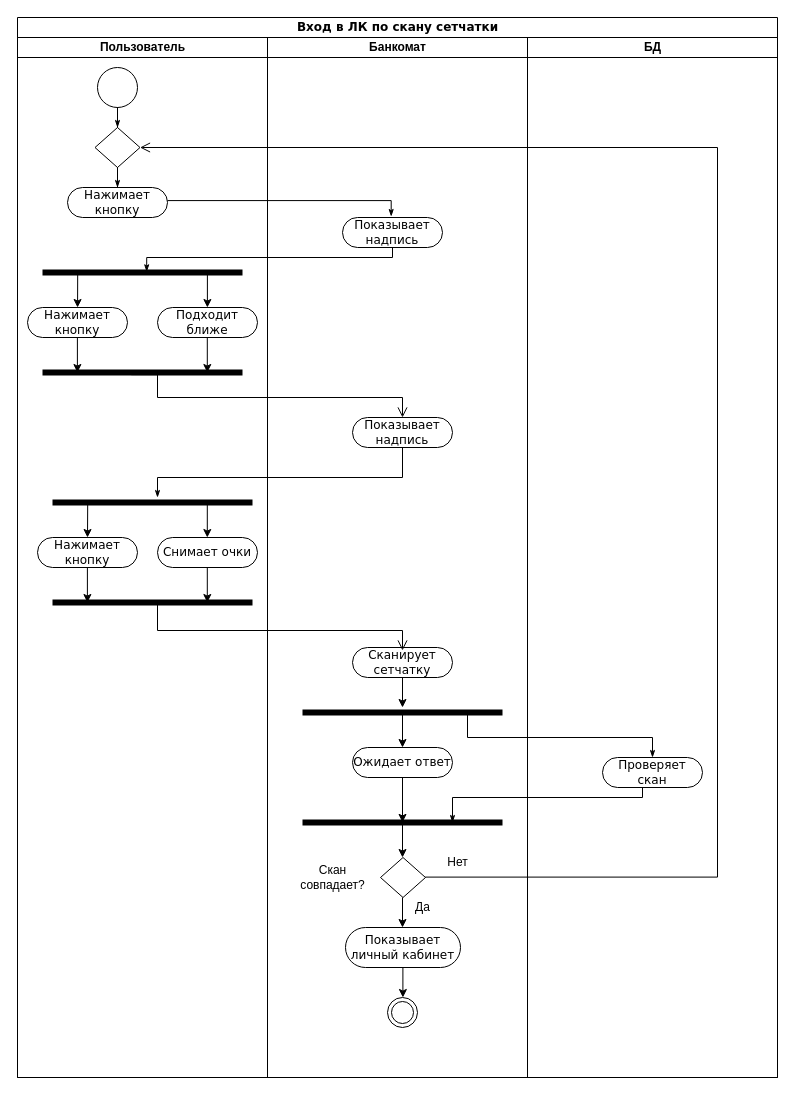
Above: Диаграмма без названия.drawio in Mvsia/datalearn (draw.io), before the change. Source tidied: cells renumbered, new cells numbered last; positions are measured from the earlier drawing's top-left corner, leaving out a move shared by most shapes. Both pictures are drawn from the tidied source at 100%, with x=0, y=0 at pixel (17, 17).
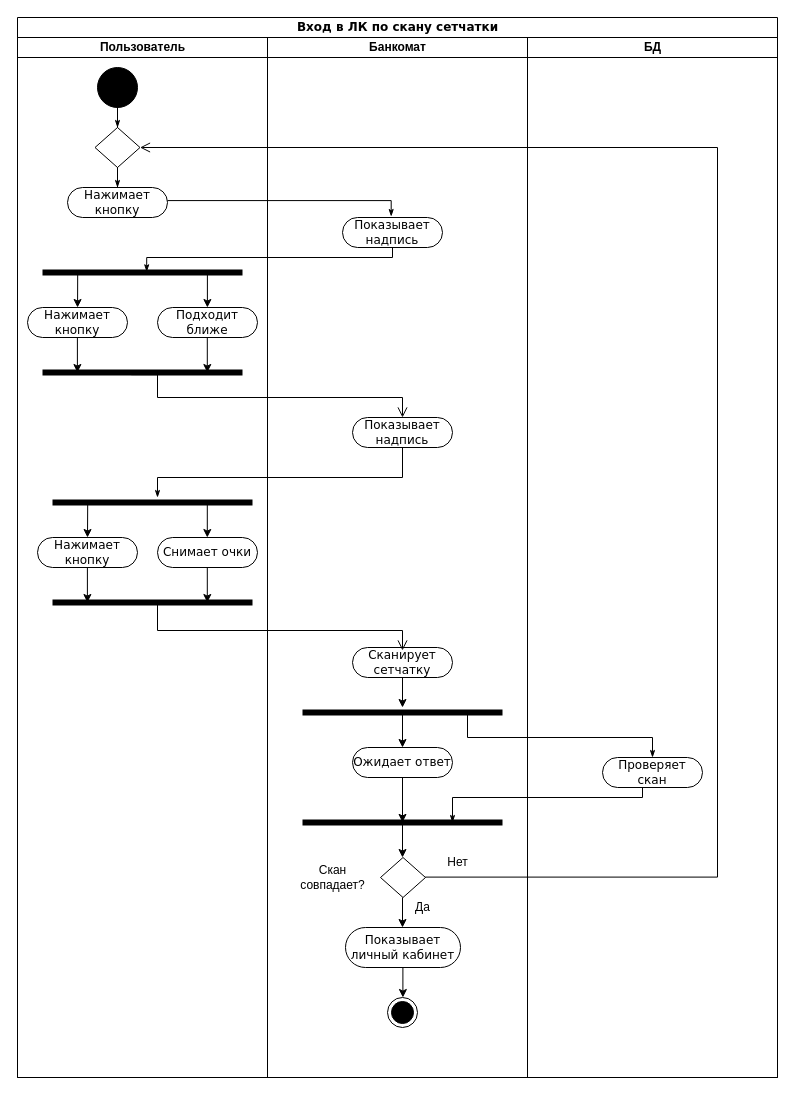
Above is the later version.

Unchanged cells that the change refers to:
```xml
<mxCell id="3" value="Пользователь" style="swimlane;html=1;startSize=20;fillColor=none;" parent="2" vertex="1">
  <mxGeometry y="20" width="250" height="1040" as="geometry" />
</mxCell>
<mxCell id="27" value="Банкомат" style="swimlane;html=1;startSize=20;fillColor=none;" parent="2" vertex="1">
  <mxGeometry x="250" y="20" width="260" height="1040" as="geometry" />
</mxCell>
```

Diff of the diagram source:
```diff
@@
-    <mxCell id="25" style="ellipse;whiteSpace=wrap;html=1;rounded=0;shadow=0;comic=0;labelBackgroundColor=none;strokeWidth=1;fontFamily=Verdana;fontSize=12;align=center;fillColor=none;" parent="3" vertex="1">
+    <mxCell id="25" style="ellipse;whiteSpace=wrap;html=1;rounded=0;shadow=0;comic=0;labelBackgroundColor=none;strokeWidth=1;fontFamily=Verdana;fontSize=12;align=center;fillColor=#000000;" parent="3" vertex="1">
       <mxGeometry x="80" y="30" width="40" height="40" as="geometry" />
     </mxCell>
@@
-    <mxCell id="29" style="ellipse;html=1;shape=endState;fillColor=none;" parent="27" vertex="1">
+    <mxCell id="29" style="ellipse;html=1;shape=endState;fillColor=#000000;" parent="27" vertex="1">
       <mxGeometry x="120" y="960" width="30" height="30" as="geometry" />
     </mxCell>
```
